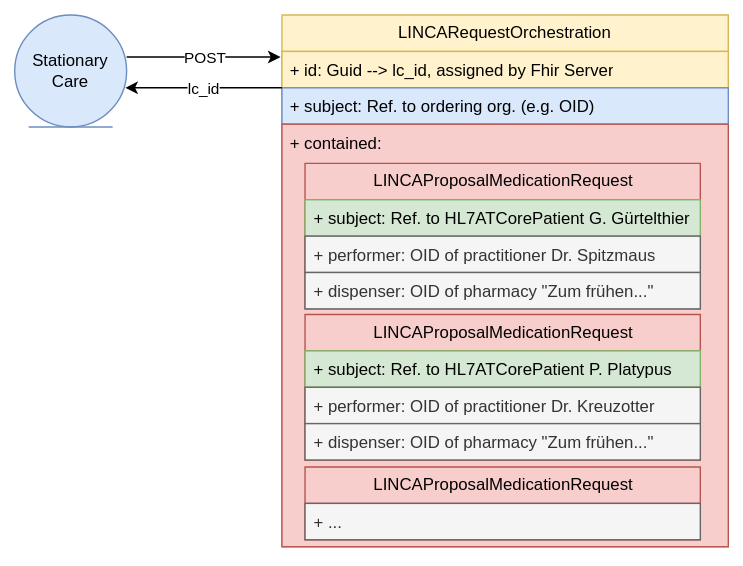
Earlier version of the draw.io export r5-LinkedCare-dev/UserStory_003_diagram.svg (HL7Austria/hl7austria.github.io). Source tidied: cells renumbered, new cells last; positions are measured from the earlier drawing's top-left corner, leaving out a move shared by most shapes.
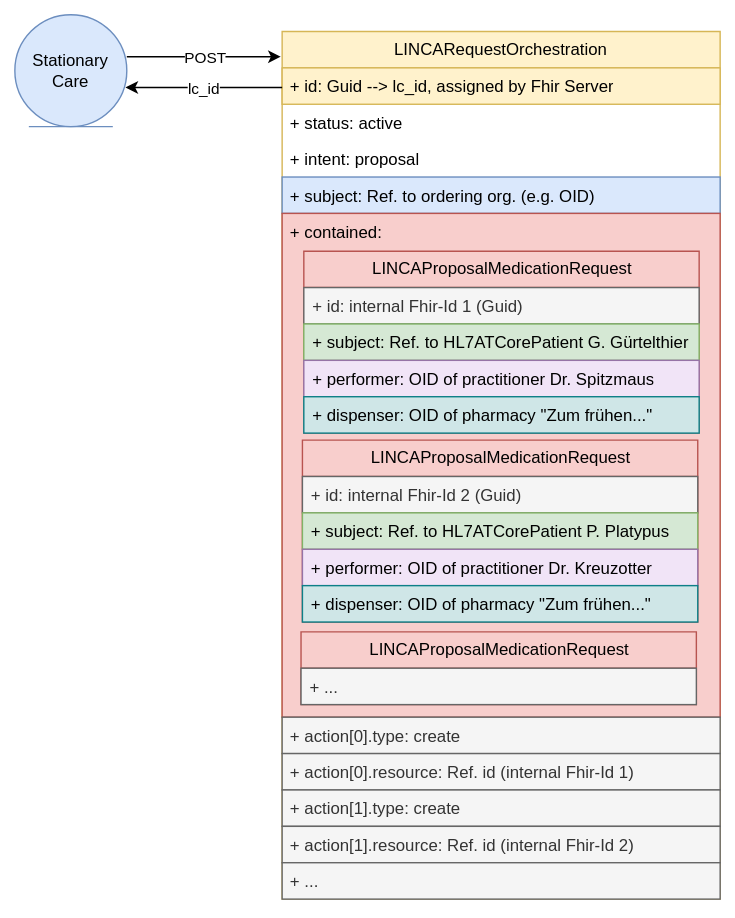
After the change.

Diff of the diagram source:
```diff
@@ -3,28 +3,52 @@
     <mxCell id="0" />
     <mxCell id="1" parent="0" />
     <mxCell id="2" value="LINCARequestOrchestration" style="swimlane;fontStyle=0;horizontal=1;startSize=26;fillColor=#fff2cc;whiteSpace=wrap;html=1;strokeColor=#d6b656;" parent="1" vertex="1">
-      <mxGeometry x="191" width="319" height="380" as="geometry" />
+      <mxGeometry x="191" y="12" width="313" height="620" as="geometry" />
     </mxCell>
     <mxCell id="3" value="+ id: Guid --&amp;gt; lc_id, assigned by Fhir Server" style="text;strokeColor=#d6b656;fillColor=#fff2cc;align=left;verticalAlign=top;spacingLeft=4;spacingRight=4;overflow=hidden;whiteSpace=wrap;html=1;" parent="2" vertex="1">
-      <mxGeometry y="26" width="319" height="26" as="geometry" />
+      <mxGeometry y="26" width="313" height="26" as="geometry" />
     </mxCell>
+    <mxCell id="21" value="+ status: active" style="text;align=left;verticalAlign=top;spacingLeft=4;spacingRight=4;overflow=hidden;whiteSpace=wrap;html=1;" parent="2" vertex="1">
+      <mxGeometry y="52" width="313" height="26" as="geometry" />
+    </mxCell>
+    <mxCell id="22" value="+ intent: proposal" style="text;align=left;verticalAlign=top;spacingLeft=4;spacingRight=4;overflow=hidden;whiteSpace=wrap;html=1;" parent="2" vertex="1">
+      <mxGeometry y="78" width="313" height="26" as="geometry" />
+    </mxCell>
     <mxCell id="4" value="+ subject: Ref. to ordering org. (e.g. OID)" style="text;strokeColor=#6c8ebf;fillColor=#dae8fc;align=left;verticalAlign=top;spacingLeft=4;spacingRight=4;overflow=hidden;whiteSpace=wrap;html=1;" parent="2" vertex="1">
-      <mxGeometry y="52" width="319" height="26" as="geometry" />
+      <mxGeometry y="104" width="313" height="26" as="geometry" />
     </mxCell>
     <mxCell id="5" value="+ contained:&amp;nbsp;&lt;br&gt;&lt;blockquote style=&quot;margin: 0 0 0 40px; border: none; padding: 0px;&quot;&gt;&lt;/blockquote&gt;&lt;br&gt;&lt;blockquote style=&quot;margin: 0 0 0 40px; border: none; padding: 0px;&quot;&gt;&lt;/blockquote&gt;" style="text;strokeColor=#b85450;fillColor=#f8cecc;align=left;verticalAlign=top;spacingLeft=4;spacingRight=4;overflow=hidden;whiteSpace=wrap;html=1;" parent="2" vertex="1">
-      <mxGeometry y="78" width="319" height="302" as="geometry" />
+      <mxGeometry y="130" width="313" height="360" as="geometry" />
     </mxCell>
+    <mxCell id="23" value="+ action[0].type: create" style="text;align=left;verticalAlign=top;spacingLeft=4;spacingRight=4;overflow=hidden;whiteSpace=wrap;html=1;fillColor=#f5f5f5;fontColor=#333333;strokeColor=#666666;" parent="2" vertex="1">
+      <mxGeometry y="490" width="313" height="26" as="geometry" />
+    </mxCell>
+    <mxCell id="24" value="+ action[0].resource: Ref. id (internal Fhir-Id 1)" style="text;align=left;verticalAlign=top;spacingLeft=4;spacingRight=4;overflow=hidden;whiteSpace=wrap;html=1;fillColor=#f5f5f5;fontColor=#333333;strokeColor=#666666;" parent="2" vertex="1">
+      <mxGeometry y="516" width="313" height="26" as="geometry" />
+    </mxCell>
+    <mxCell id="25" value="+ action[1].type: create" style="text;align=left;verticalAlign=top;spacingLeft=4;spacingRight=4;overflow=hidden;whiteSpace=wrap;html=1;fillColor=#f5f5f5;fontColor=#333333;strokeColor=#666666;" parent="2" vertex="1">
+      <mxGeometry y="542" width="313" height="26" as="geometry" />
+    </mxCell>
+    <mxCell id="26" value="+ action[1].resource: Ref. id (internal Fhir-Id 2)" style="text;align=left;verticalAlign=top;spacingLeft=4;spacingRight=4;overflow=hidden;whiteSpace=wrap;html=1;fillColor=#f5f5f5;fontColor=#333333;strokeColor=#666666;" parent="2" vertex="1">
+      <mxGeometry y="568" width="313" height="26" as="geometry" />
+    </mxCell>
+    <mxCell id="27" value="+ ..." style="text;align=left;verticalAlign=top;spacingLeft=4;spacingRight=4;overflow=hidden;whiteSpace=wrap;html=1;fillColor=#f5f5f5;fontColor=#333333;strokeColor=#666666;" parent="2" vertex="1">
+      <mxGeometry y="594" width="313" height="26" as="geometry" />
+    </mxCell>
     <mxCell id="6" value="LINCAProposalMedicationRequest" style="swimlane;fontStyle=0;horizontal=1;startSize=26;fillColor=#f8cecc;whiteSpace=wrap;html=1;strokeColor=#b85450;" parent="1" vertex="1">
-      <mxGeometry x="207.5" y="106" width="282.5" height="104" as="geometry" />
+      <mxGeometry x="206.5" y="169" width="282.5" height="130" as="geometry" />
     </mxCell>
-    <mxCell id="7" value="+ subject: Ref. to HL7ATCorePatient G. Gürtelthier" style="text;strokeColor=#82b366;fillColor=#d5e8d4;align=left;verticalAlign=top;spacingLeft=4;spacingRight=4;overflow=hidden;whiteSpace=wrap;html=1;" parent="6" vertex="1">
+    <mxCell id="7" value="+ id: internal Fhir-Id 1 (Guid)" style="text;strokeColor=#666666;fillColor=#f5f5f5;align=left;verticalAlign=top;spacingLeft=4;spacingRight=4;overflow=hidden;whiteSpace=wrap;html=1;fontColor=#333333;" parent="6" vertex="1">
       <mxGeometry y="26" width="282.5" height="26" as="geometry" />
     </mxCell>
+    <mxCell id="28" value="+ subject: Ref. to HL7ATCorePatient G. Gürtelthier" style="text;strokeColor=#82b366;fillColor=#d5e8d4;align=left;verticalAlign=top;spacingLeft=4;spacingRight=4;overflow=hidden;whiteSpace=wrap;html=1;" parent="6" vertex="1">
+      <mxGeometry y="52" width="282.5" height="26" as="geometry" />
+    </mxCell>
-    <mxCell id="8" value="+ performer: OID of practitioner Dr. Spitzmaus" style="text;align=left;verticalAlign=top;spacingLeft=4;spacingRight=4;overflow=hidden;whiteSpace=wrap;html=1;fillColor=#f5f5f5;fontColor=#333333;strokeColor=#666666;" parent="6" vertex="1">
-      <mxGeometry y="52" width="282.5" height="26" as="geometry" />
+    <mxCell id="8" value="+ performer: OID of practitioner Dr. Spitzmaus" style="text;align=left;verticalAlign=top;spacingLeft=4;spacingRight=4;overflow=hidden;whiteSpace=wrap;html=1;fillColor=#F1E4F7;strokeColor=#9673a6;" parent="6" vertex="1">
+      <mxGeometry y="78" width="282.5" height="26" as="geometry" />
     </mxCell>
-    <mxCell id="9" value="+ dispenser: OID of pharmacy &quot;Zum frühen...&quot;" style="text;strokeColor=#666666;fillColor=#f5f5f5;align=left;verticalAlign=top;spacingLeft=4;spacingRight=4;overflow=hidden;whiteSpace=wrap;html=1;fontColor=#333333;" parent="6" vertex="1">
-      <mxGeometry y="78" width="282.5" height="26" as="geometry" />
+    <mxCell id="9" value="+ dispenser: OID of pharmacy &quot;Zum frühen...&quot;" style="text;strokeColor=#0e8088;fillColor=#CFE6E7;align=left;verticalAlign=top;spacingLeft=4;spacingRight=4;overflow=hidden;whiteSpace=wrap;html=1;" parent="6" vertex="1">
+      <mxGeometry y="104" width="282.5" height="26" as="geometry" />
     </mxCell>
     <mxCell id="10" value="Stationary Care" style="ellipse;shape=umlEntity;whiteSpace=wrap;html=1;fillColor=#dae8fc;strokeColor=#6c8ebf;" parent="1" vertex="1">
       <mxGeometry width="80" height="80" as="geometry" />
@@ -49,19 +73,22 @@
       </mxGeometry>
     </mxCell>
     <mxCell id="15" value="LINCAProposalMedicationRequest" style="swimlane;fontStyle=0;horizontal=1;startSize=26;fillColor=#f8cecc;whiteSpace=wrap;html=1;strokeColor=#b85450;" parent="1" vertex="1">
-      <mxGeometry x="207.5" y="214" width="282.5" height="104" as="geometry" />
+      <mxGeometry x="205.5" y="304" width="282.5" height="130" as="geometry" />
     </mxCell>
+    <mxCell id="29" value="+ id: internal Fhir-Id 2 (Guid)" style="text;strokeColor=#666666;fillColor=#f5f5f5;align=left;verticalAlign=top;spacingLeft=4;spacingRight=4;overflow=hidden;whiteSpace=wrap;html=1;fontColor=#333333;" parent="15" vertex="1">
+      <mxGeometry y="26" width="282.5" height="26" as="geometry" />
+    </mxCell>
     <mxCell id="16" value="+ subject: Ref. to HL7ATCorePatient P. Platypus" style="text;strokeColor=#82b366;fillColor=#d5e8d4;align=left;verticalAlign=top;spacingLeft=4;spacingRight=4;overflow=hidden;whiteSpace=wrap;html=1;" parent="15" vertex="1">
-      <mxGeometry y="26" width="282.5" height="26" as="geometry" />
+      <mxGeometry y="52" width="282.5" height="26" as="geometry" />
     </mxCell>
-    <mxCell id="17" value="+ performer: OID of practitioner Dr. Kreuzotter" style="text;strokeColor=#666666;fillColor=#f5f5f5;align=left;verticalAlign=top;spacingLeft=4;spacingRight=4;overflow=hidden;whiteSpace=wrap;html=1;fontColor=#333333;" parent="15" vertex="1">
-      <mxGeometry y="52" width="282.5" height="26" as="geometry" />
+    <mxCell id="17" value="+ performer: OID of practitioner Dr. Kreuzotter" style="text;strokeColor=#9673a6;fillColor=#F1E4F7;align=left;verticalAlign=top;spacingLeft=4;spacingRight=4;overflow=hidden;whiteSpace=wrap;html=1;" parent="15" vertex="1">
+      <mxGeometry y="78" width="282.5" height="26" as="geometry" />
     </mxCell>
-    <mxCell id="18" value="+ dispenser: OID of pharmacy &quot;Zum frühen...&quot;" style="text;strokeColor=#666666;fillColor=#f5f5f5;align=left;verticalAlign=top;spacingLeft=4;spacingRight=4;overflow=hidden;whiteSpace=wrap;html=1;fontColor=#333333;" parent="15" vertex="1">
-      <mxGeometry y="78" width="282.5" height="26" as="geometry" />
+    <mxCell id="18" value="+ dispenser: OID of pharmacy &quot;Zum frühen...&quot;" style="text;strokeColor=#0e8088;fillColor=#CFE6E7;align=left;verticalAlign=top;spacingLeft=4;spacingRight=4;overflow=hidden;whiteSpace=wrap;html=1;" parent="15" vertex="1">
+      <mxGeometry y="104" width="282.5" height="26" as="geometry" />
     </mxCell>
     <mxCell id="19" value="LINCAProposalMedicationRequest" style="swimlane;fontStyle=0;horizontal=1;startSize=26;fillColor=#f8cecc;whiteSpace=wrap;html=1;strokeColor=#b85450;" parent="1" vertex="1">
-      <mxGeometry x="207.5" y="323" width="282.5" height="52" as="geometry" />
+      <mxGeometry x="204.5" y="441" width="282.5" height="52" as="geometry" />
     </mxCell>
     <mxCell id="20" value="+ ..." style="text;strokeColor=#666666;fillColor=#f5f5f5;align=left;verticalAlign=top;spacingLeft=4;spacingRight=4;overflow=hidden;whiteSpace=wrap;html=1;fontColor=#333333;" parent="19" vertex="1">
       <mxGeometry y="26" width="282.5" height="26" as="geometry" />
```
